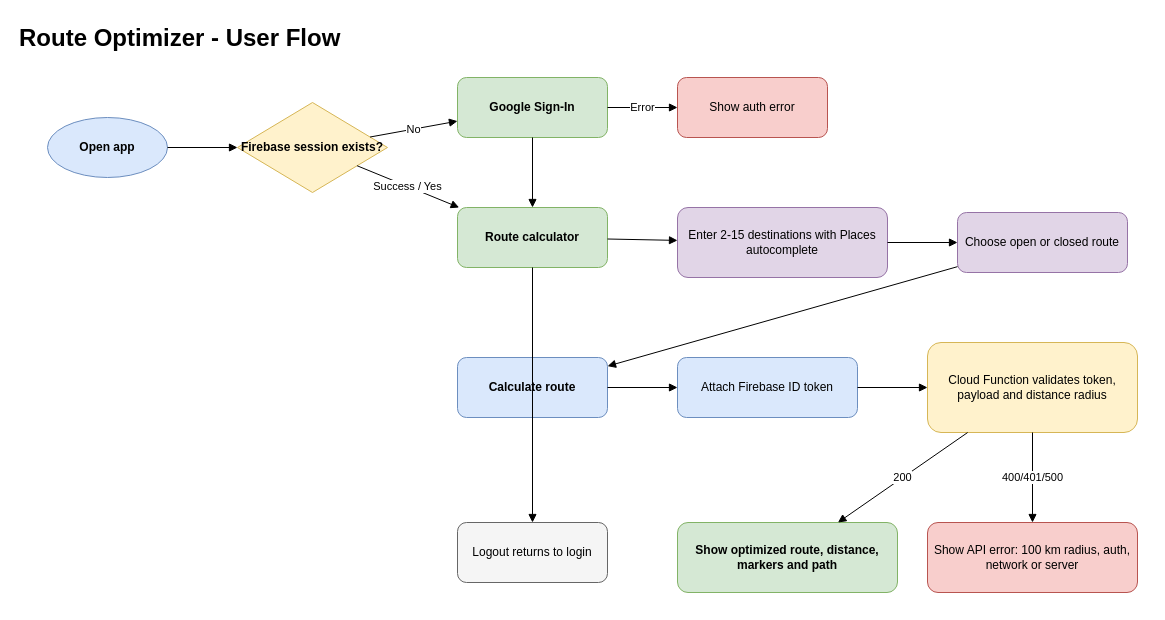
The draw.io diagram diagrams/flow.drawio in jaq23369/Route_Optimizer, before the edit. Source tidied: cells renumbered, new cells numbered last; positions are measured from the earlier drawing's top-left corner, leaving out a move shared by most shapes. Both pictures are drawn from the tidied source at 100%, with x=0, y=0 at pixel (17, 17).
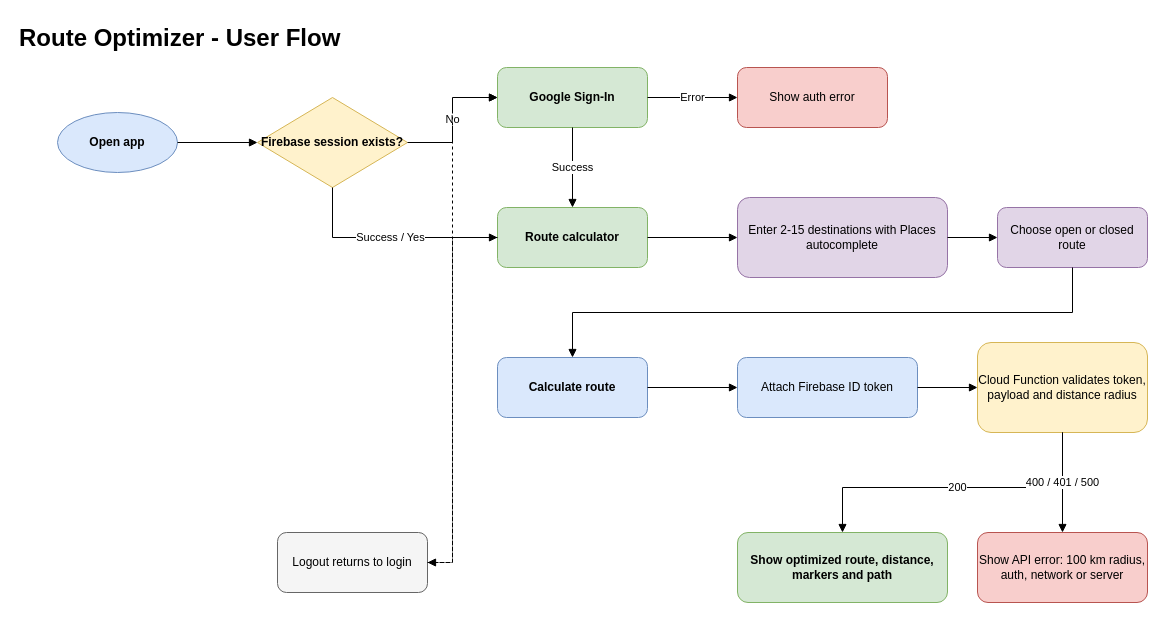
After the change.

Commit message (it also covers changes not shown here):
[FIX] Mejora claridad del diagrama de flujo

The edit, as a diff of the source:
```diff
@@
     <mxCell id="3" value="Open app" style="ellipse;whiteSpace=wrap;html=1;fillColor=#dae8fc;strokeColor=#6c8ebf;fontStyle=1;" parent="1" vertex="1">
-      <mxGeometry x="30" y="100" width="120" height="60" as="geometry" />
+      <mxGeometry x="40" y="95" width="120" height="60" as="geometry" />
     </mxCell>
     <mxCell id="4" value="Firebase session exists?" style="rhombus;whiteSpace=wrap;html=1;fillColor=#fff2cc;strokeColor=#d6b656;fontStyle=1;" parent="1" vertex="1">
-      <mxGeometry x="220" y="85" width="150" height="90" as="geometry" />
+      <mxGeometry x="240" y="80" width="150" height="90" as="geometry" />
     </mxCell>
     <mxCell id="5" value="Google Sign-In" style="rounded=1;whiteSpace=wrap;html=1;fillColor=#d5e8d4;strokeColor=#82b366;fontStyle=1;" parent="1" vertex="1">
-      <mxGeometry x="440" y="60" width="150" height="60" as="geometry" />
+      <mxGeometry x="480" y="50" width="150" height="60" as="geometry" />
     </mxCell>
     <mxCell id="6" value="Show auth error" style="rounded=1;whiteSpace=wrap;html=1;fillColor=#f8cecc;strokeColor=#b85450;" parent="1" vertex="1">
-      <mxGeometry x="660" y="60" width="150" height="60" as="geometry" />
+      <mxGeometry x="720" y="50" width="150" height="60" as="geometry" />
     </mxCell>
     <mxCell id="7" value="Route calculator" style="rounded=1;whiteSpace=wrap;html=1;fillColor=#d5e8d4;strokeColor=#82b366;fontStyle=1;" parent="1" vertex="1">
-      <mxGeometry x="440" y="190" width="150" height="60" as="geometry" />
+      <mxGeometry x="480" y="190" width="150" height="60" as="geometry" />
     </mxCell>
+    <mxCell id="15" value="Logout returns to login" style="rounded=1;whiteSpace=wrap;html=1;fillColor=#f5f5f5;strokeColor=#666666;" parent="1" vertex="1">
+      <mxGeometry x="260" y="515" width="150" height="60" as="geometry" />
+    </mxCell>
     <mxCell id="8" value="Enter 2-15 destinations with Places autocomplete" style="rounded=1;whiteSpace=wrap;html=1;fillColor=#e1d5e7;strokeColor=#9673a6;" parent="1" vertex="1">
-      <mxGeometry x="660" y="190" width="210" height="70" as="geometry" />
+      <mxGeometry x="720" y="180" width="210" height="80" as="geometry" />
     </mxCell>
     <mxCell id="9" value="Choose open or closed route" style="rounded=1;whiteSpace=wrap;html=1;fillColor=#e1d5e7;strokeColor=#9673a6;" parent="1" vertex="1">
-      <mxGeometry x="940" y="195" width="170" height="60" as="geometry" />
+      <mxGeometry x="980" y="190" width="150" height="60" as="geometry" />
     </mxCell>
     <mxCell id="10" value="Calculate route" style="rounded=1;whiteSpace=wrap;html=1;fillColor=#dae8fc;strokeColor=#6c8ebf;fontStyle=1;" parent="1" vertex="1">
-      <mxGeometry x="440" y="340" width="150" height="60" as="geometry" />
+      <mxGeometry x="480" y="340" width="150" height="60" as="geometry" />
     </mxCell>
     <mxCell id="11" value="Attach Firebase ID token" style="rounded=1;whiteSpace=wrap;html=1;fillColor=#dae8fc;strokeColor=#6c8ebf;" parent="1" vertex="1">
-      <mxGeometry x="660" y="340" width="180" height="60" as="geometry" />
+      <mxGeometry x="720" y="340" width="180" height="60" as="geometry" />
     </mxCell>
     <mxCell id="12" value="Cloud Function validates token, payload and distance radius" style="rounded=1;whiteSpace=wrap;html=1;fillColor=#fff2cc;strokeColor=#d6b656;" parent="1" vertex="1">
-      <mxGeometry x="910" y="325" width="210" height="90" as="geometry" />
+      <mxGeometry x="960" y="325" width="170" height="90" as="geometry" />
     </mxCell>
     <mxCell id="13" value="Show optimized route, distance, markers and path" style="rounded=1;whiteSpace=wrap;html=1;fillColor=#d5e8d4;strokeColor=#82b366;fontStyle=1;" parent="1" vertex="1">
-      <mxGeometry x="660" y="505" width="220" height="70" as="geometry" />
+      <mxGeometry x="720" y="515" width="210" height="70" as="geometry" />
     </mxCell>
     <mxCell id="14" value="Show API error: 100 km radius, auth, network or server" style="rounded=1;whiteSpace=wrap;html=1;fillColor=#f8cecc;strokeColor=#b85450;" parent="1" vertex="1">
-      <mxGeometry x="910" y="505" width="210" height="70" as="geometry" />
+      <mxGeometry x="960" y="515" width="170" height="70" as="geometry" />
     </mxCell>
-    <mxCell id="15" value="Logout returns to login" style="rounded=1;whiteSpace=wrap;html=1;fillColor=#f5f5f5;strokeColor=#666666;" parent="1" vertex="1">
-      <mxGeometry x="440" y="505" width="150" height="60" as="geometry" />
-    </mxCell>
-    <mxCell id="16" style="endArrow=block;html=1;rounded=0;" parent="1" edge="1" source="3" target="4">
+    <mxCell id="16" style="endArrow=block;html=1;rounded=0;edgeStyle=orthogonalEdgeStyle;" parent="1" edge="1" source="3" target="4">
       <mxGeometry relative="1" as="geometry" />
     </mxCell>
-    <mxCell id="17" value="No" style="endArrow=block;html=1;rounded=0;" parent="1" edge="1" source="4" target="5">
+    <mxCell id="17" value="No" style="endArrow=block;html=1;rounded=0;edgeStyle=orthogonalEdgeStyle;" parent="1" edge="1" source="4" target="5">
       <mxGeometry relative="1" as="geometry" />
     </mxCell>
-    <mxCell id="18" value="Error" style="endArrow=block;html=1;rounded=0;" parent="1" edge="1" source="5" target="6">
+    <mxCell id="18" value="Error" style="endArrow=block;html=1;rounded=0;edgeStyle=orthogonalEdgeStyle;" parent="1" edge="1" source="5" target="6">
       <mxGeometry relative="1" as="geometry" />
     </mxCell>
-    <mxCell id="19" value="Success / Yes" style="endArrow=block;html=1;rounded=0;" parent="1" edge="1" source="4" target="7">
-      <mxGeometry relative="1" as="geometry" />
+    <mxCell id="19" value="Success / Yes" style="endArrow=block;html=1;rounded=0;edgeStyle=orthogonalEdgeStyle;" parent="1" edge="1" source="4" target="7">
+      <mxGeometry relative="1" as="geometry">
+        <Array as="points">
+          <mxPoint x="315" y="220" />
+        </Array>
+      </mxGeometry>
     </mxCell>
-    <mxCell id="20" style="endArrow=block;html=1;rounded=0;" parent="1" edge="1" source="5" target="7">
+    <mxCell id="20" value="Success" style="endArrow=block;html=1;rounded=0;edgeStyle=orthogonalEdgeStyle;" parent="1" edge="1" source="5" target="7">
       <mxGeometry relative="1" as="geometry" />
     </mxCell>
-    <mxCell id="21" style="endArrow=block;html=1;rounded=0;" parent="1" edge="1" source="7" target="8">
+    <mxCell id="21" style="endArrow=block;html=1;rounded=0;edgeStyle=orthogonalEdgeStyle;" parent="1" edge="1" source="7" target="8">
       <mxGeometry relative="1" as="geometry" />
     </mxCell>
-    <mxCell id="22" style="endArrow=block;html=1;rounded=0;" parent="1" edge="1" source="8" target="9">
+    <mxCell id="22" style="endArrow=block;html=1;rounded=0;edgeStyle=orthogonalEdgeStyle;" parent="1" edge="1" source="8" target="9">
       <mxGeometry relative="1" as="geometry" />
     </mxCell>
-    <mxCell id="23" style="endArrow=block;html=1;rounded=0;" parent="1" edge="1" source="9" target="10">
-      <mxGeometry relative="1" as="geometry" />
+    <mxCell id="23" style="endArrow=block;html=1;rounded=0;edgeStyle=orthogonalEdgeStyle;" parent="1" edge="1" source="9" target="10">
+      <mxGeometry relative="1" as="geometry">
+        <Array as="points">
+          <mxPoint x="1055" y="295" />
+          <mxPoint x="555" y="295" />
+        </Array>
+      </mxGeometry>
     </mxCell>
-    <mxCell id="24" style="endArrow=block;html=1;rounded=0;" parent="1" edge="1" source="10" target="11">
+    <mxCell id="24" style="endArrow=block;html=1;rounded=0;edgeStyle=orthogonalEdgeStyle;" parent="1" edge="1" source="10" target="11">
       <mxGeometry relative="1" as="geometry" />
     </mxCell>
-    <mxCell id="25" style="endArrow=block;html=1;rounded=0;" parent="1" edge="1" source="11" target="12">
+    <mxCell id="25" style="endArrow=block;html=1;rounded=0;edgeStyle=orthogonalEdgeStyle;" parent="1" edge="1" source="11" target="12">
       <mxGeometry relative="1" as="geometry" />
     </mxCell>
-    <mxCell id="26" value="200" style="endArrow=block;html=1;rounded=0;" parent="1" edge="1" source="12" target="13">
-      <mxGeometry relative="1" as="geometry" />
+    <mxCell id="26" value="200" style="endArrow=block;html=1;rounded=0;edgeStyle=orthogonalEdgeStyle;" parent="1" edge="1" source="12" target="13">
+      <mxGeometry relative="1" as="geometry">
+        <Array as="points">
+          <mxPoint x="1045" y="470" />
+          <mxPoint x="825" y="470" />
+        </Array>
+      </mxGeometry>
     </mxCell>
-    <mxCell id="27" value="400/401/500" style="endArrow=block;html=1;rounded=0;" parent="1" edge="1" source="12" target="14">
+    <mxCell id="27" value="400 / 401 / 500" style="endArrow=block;html=1;rounded=0;edgeStyle=orthogonalEdgeStyle;" parent="1" edge="1" source="12" target="14">
       <mxGeometry relative="1" as="geometry" />
     </mxCell>
-    <mxCell id="28" style="endArrow=block;html=1;rounded=0;" parent="1" edge="1" source="7" target="15">
-      <mxGeometry relative="1" as="geometry" />
+    <mxCell id="28" style="endArrow=block;html=1;rounded=0;edgeStyle=orthogonalEdgeStyle;dashed=1;" parent="1" edge="1" source="7" target="15">
+      <mxGeometry relative="1" as="geometry">
+        <Array as="points">
+          <mxPoint x="435" y="220" />
+          <mxPoint x="435" y="545" />
+        </Array>
+      </mxGeometry>
     </mxCell>
+    <mxCell id="29" style="endArrow=block;html=1;rounded=0;edgeStyle=orthogonalEdgeStyle;dashed=1;" parent="1" edge="1" source="15" target="5">
+      <mxGeometry relative="1" as="geometry">
+        <Array as="points">
+          <mxPoint x="435" y="545" />
+          <mxPoint x="435" y="80" />
+        </Array>
+      </mxGeometry>
+    </mxCell>
```
